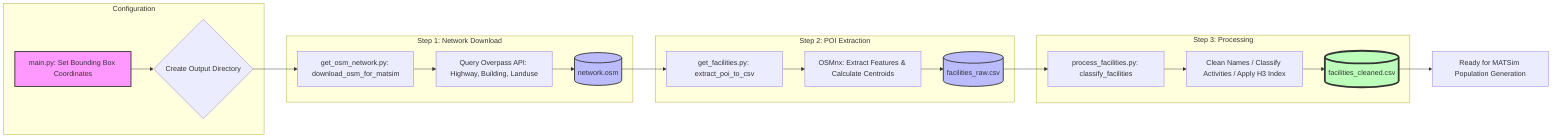
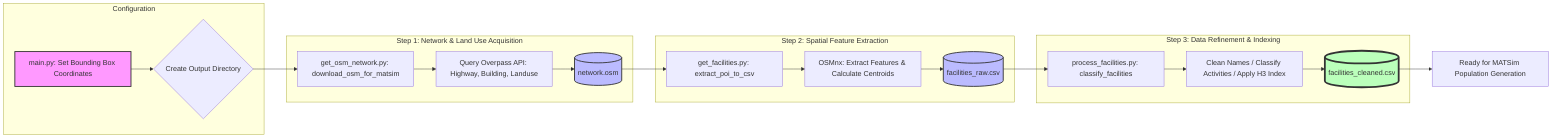
graph LR
    subgraph Setup [Configuration]
        A[main.py: Set Bounding Box Coordinates] --> B{Create Output Directory}
    end

-     subgraph Step1 [Step 1: Network Download]
+     subgraph Step1 [Step 1: Network & Land Use Acquisition]
        B --> C[get_osm_network.py: download_osm_for_matsim]
        C --> D[Query Overpass API: Highway, Building, Landuse]
        D --> E[(network.osm)]
    end

-     subgraph Step2 [Step 2: POI Extraction]
+     subgraph Step2 [Step 2: Spatial Feature Extraction]
        E --> F[get_facilities.py: extract_poi_to_csv]
        F --> G[OSMnx: Extract Features & Calculate Centroids]
        G --> H[(facilities_raw.csv)]
    end

-     subgraph Step3 [Step 3: Processing]
+     subgraph Step3 [Step 3: Data Refinement & Indexing]
        H --> I[process_facilities.py: classify_facilities]
        I --> J[Clean Names / Classify Activities / Apply H3 Index]
        J --> K[(facilities_cleaned.csv)]
    end

    K --> L[Ready for MATSim Population Generation]

    %% Styles
    style A fill:#f9f,stroke:#333,stroke-width:2px
    style E fill:#bbf,stroke:#333,stroke-width:2px
    style H fill:#bbf,stroke:#333,stroke-width:2px
    style K fill:#bfb,stroke:#333,stroke-width:4px